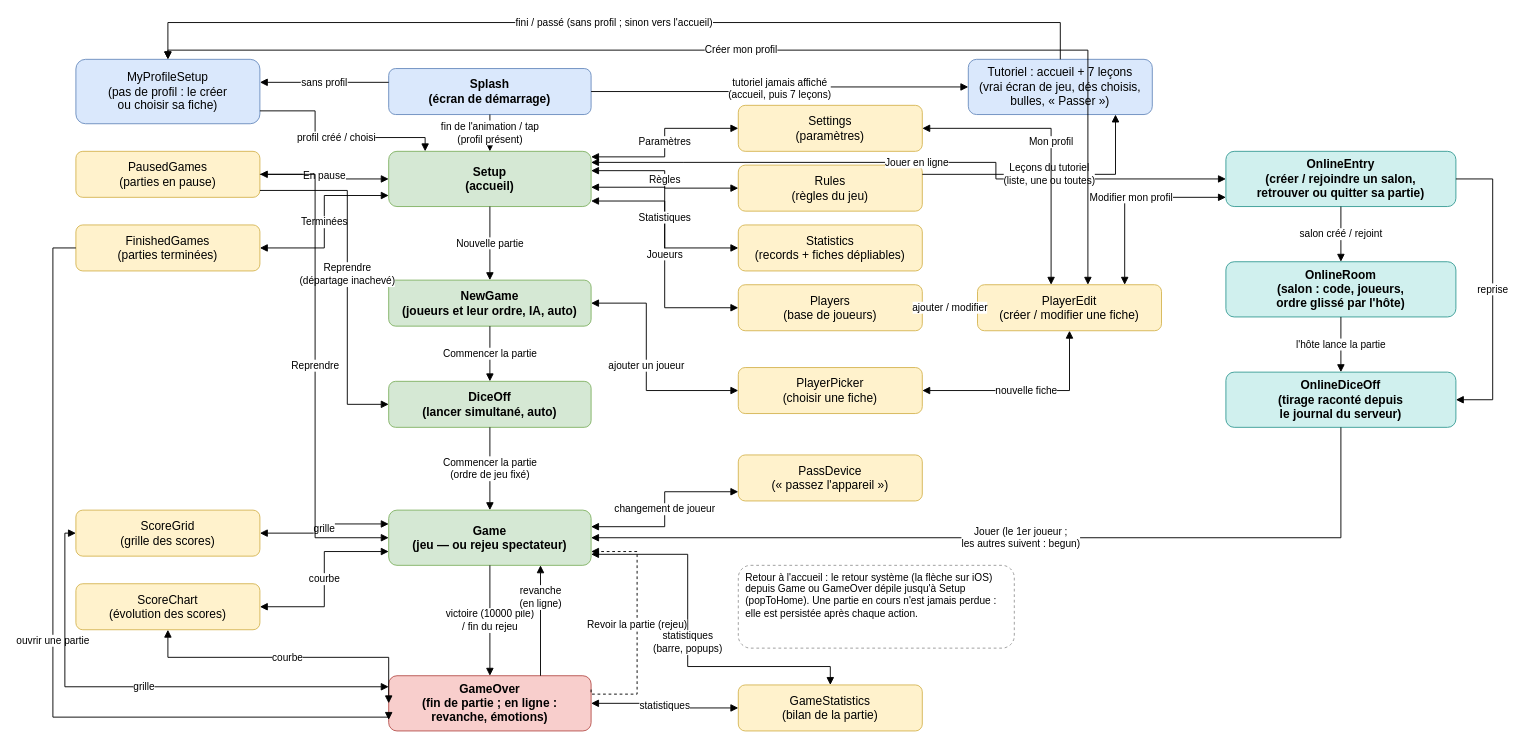
Before: docs/screen-flow.drawio in microscotch/tenk, a draw.io diagram. Source tidied: cells renumbered, new cells numbered last; positions are measured from the earlier drawing's top-left corner, leaving out a move shared by most shapes. Both pictures are drawn from the tidied source at 92%, with x=0, y=0 at pixel (52, 22).
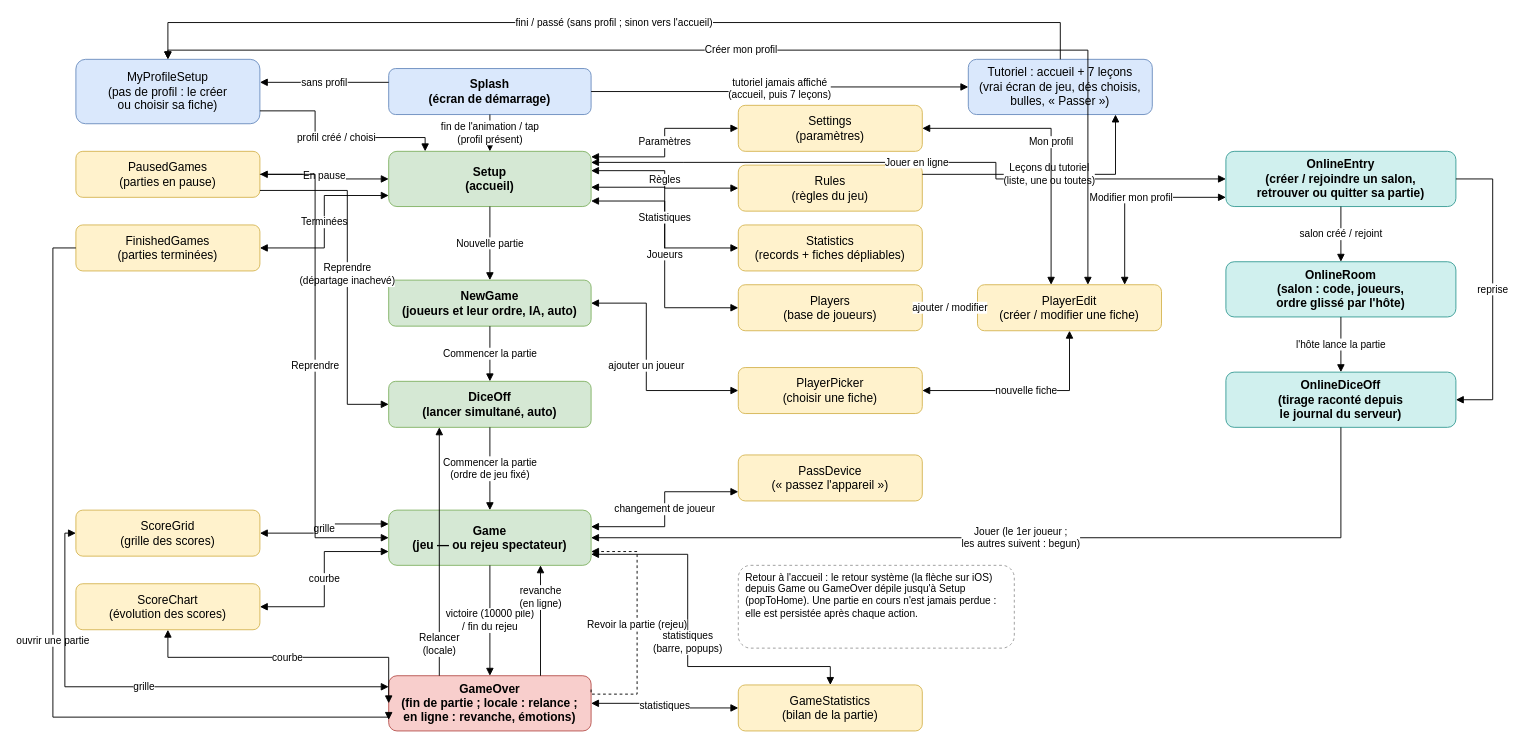
The same diagram, later.

The change refers to these unchanged cells:
```xml
<mxCell id="13" value="DiceOff&#10;(lancer simultané, auto)" style="rounded=1;whiteSpace=wrap;html=1;fillColor=#d5e8d4;strokeColor=#82b366;fontSize=13;fontStyle=1;" parent="1" vertex="1">
  <mxGeometry x="365" y="390" width="220" height="50" as="geometry" />
</mxCell>
```

Diff of the diagram source:
```diff
@@
-    <mxCell id="18" value="GameOver&#10;(fin de partie ; en ligne :&#10;revanche, émotions)" style="rounded=1;whiteSpace=wrap;html=1;fillColor=#f8cecc;strokeColor=#b85450;fontSize=13;fontStyle=1;" parent="1" vertex="1">
+    <mxCell id="18" value="GameOver&#10;(fin de partie ; locale : relance ;&#10;en ligne : revanche, émotions)" style="rounded=1;whiteSpace=wrap;html=1;fillColor=#f8cecc;strokeColor=#b85450;fontSize=13;fontStyle=1;" parent="1" vertex="1">
       <mxGeometry x="365" y="710" width="220" height="60" as="geometry" />
     </mxCell>
@@
+    <mxCell id="65" value="Relancer&#10;(locale)" style="edgeStyle=orthogonalEdgeStyle;rounded=0;html=1;fontSize=11;endArrow=block;endFill=1;exitX=0.25;exitY=0;entryX=0.25;entryY=1;labelBackgroundColor=#ffffff;" parent="1" edge="1" source="18" target="13">
+      <mxGeometry x="-0.75" relative="1" as="geometry" />
+    </mxCell>
```
